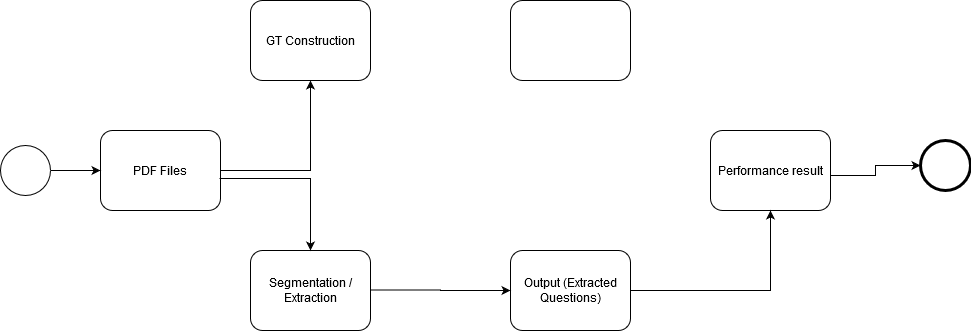
Above: Untitled Diagram.png in karinawie/process-diagram (draw.io), before the change. Source tidied: cells renumbered, new cells last; positions are measured from the earlier drawing's top-left corner, leaving out a move shared by most shapes.
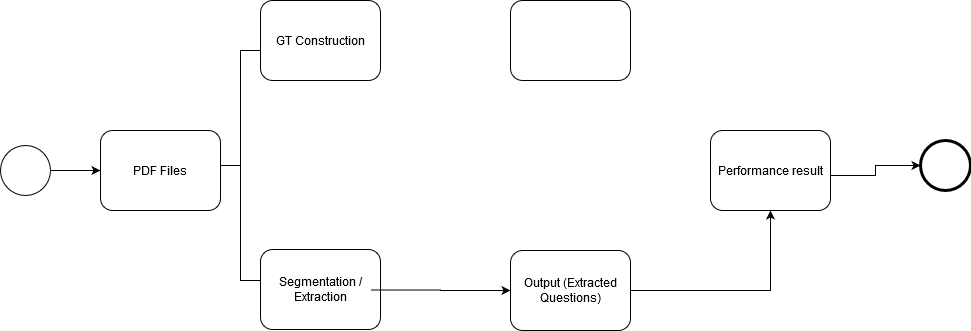
The same diagram one commit later.

Change to the diagram source:
```diff
@@ -17,11 +17,6 @@
     <mxCell id="6" style="edgeStyle=orthogonalEdgeStyle;rounded=0;html=1;jettySize=auto;" parent="1" edge="1" source="2" target="3">
       <mxGeometry relative="1" as="geometry" />
     </mxCell>
-    <mxCell id="7" style="edgeStyle=orthogonalEdgeStyle;rounded=0;html=1;jettySize=auto;" parent="1" edge="1" source="3">
-      <mxGeometry relative="1" as="geometry">
-        <mxPoint x="310" y="80" as="targetPoint" />
-      </mxGeometry>
-    </mxCell>
     <mxCell id="8" style="edgeStyle=orthogonalEdgeStyle;rounded=0;html=1;jettySize=auto;entryX=0.5;entryY=1;entryDx=0;entryDy=0;" parent="1" edge="1" source="10" target="4">
       <mxGeometry relative="1" as="geometry">
         <Array as="points">
@@ -41,18 +36,18 @@
       <mxGeometry x="510" width="120" height="80" as="geometry" />
     </mxCell>
     <mxCell id="12" value="GT Construction" style="html=1;whiteSpace=wrap;rounded=1;" parent="1" vertex="1">
-      <mxGeometry x="250" width="120" height="80" as="geometry" />
+      <mxGeometry x="260" width="120" height="80" as="geometry" />
     </mxCell>
     <mxCell id="13" value="&lt;div&gt;Segmentation / Extraction&lt;/div&gt;" style="shape=ext;rounded=1;html=1;whiteSpace=wrap;" parent="1" vertex="1">
-      <mxGeometry x="250" y="250" width="120" height="80" as="geometry" />
+      <mxGeometry x="260" y="249" width="120" height="80" as="geometry" />
     </mxCell>
-    <mxCell id="14" style="edgeStyle=orthogonalEdgeStyle;rounded=0;html=1;jettySize=auto;exitX=0.992;exitY=0.6;exitDx=0;exitDy=0;exitPerimeter=0;" parent="1" edge="1" source="3" target="13">
-      <mxGeometry relative="1" as="geometry" />
-    </mxCell>
     <mxCell id="15" style="edgeStyle=orthogonalEdgeStyle;rounded=0;html=1;jettySize=auto;entryX=0;entryY=0.5;entryDx=0;entryDy=0;" parent="1" edge="1" target="10">
       <mxGeometry relative="1" as="geometry">
         <mxPoint x="370" y="289.5" as="sourcePoint" />
       </mxGeometry>
     </mxCell>
+    <mxCell id="16" style="html=1;shape=mxgraph.flowchart.annotation_2;align=left;labelPosition=right;" parent="1" vertex="1">
+      <mxGeometry x="220" y="50" width="40" height="230" as="geometry" />
+    </mxCell>
   </root>
 </mxGraphModel>
```
